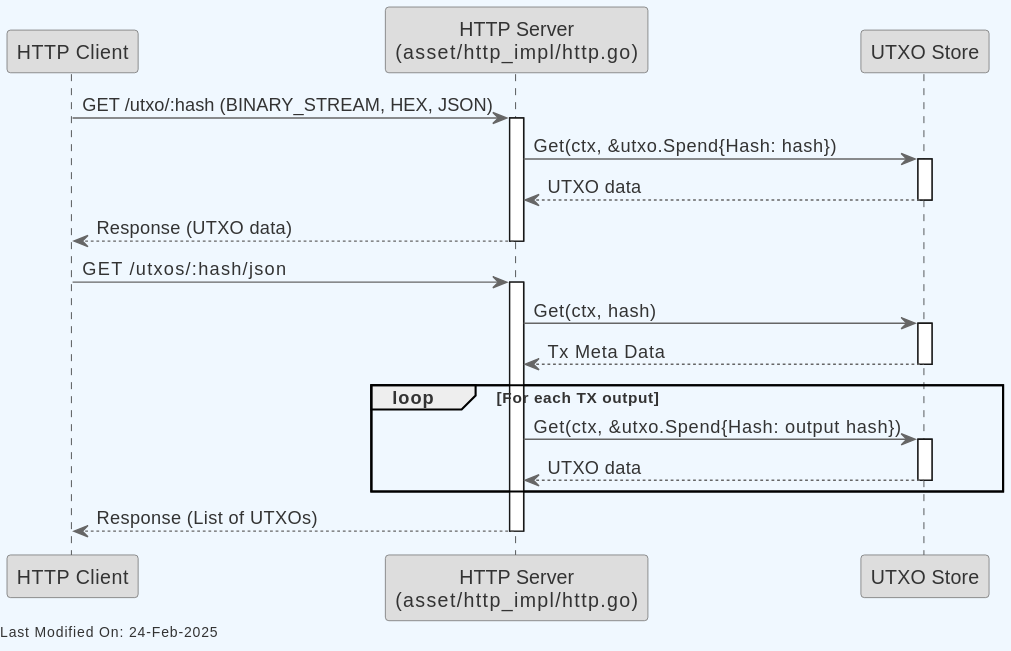
This is topics/services/img/plantuml/assetserver/asset_server_http_get_utxo.svg from icellan/teranode, a PlantUML export, as it was before one commit. Its source is kept beside it as topics/services/img/plantuml/assetserver/asset_server_http_get_utxo.puml.
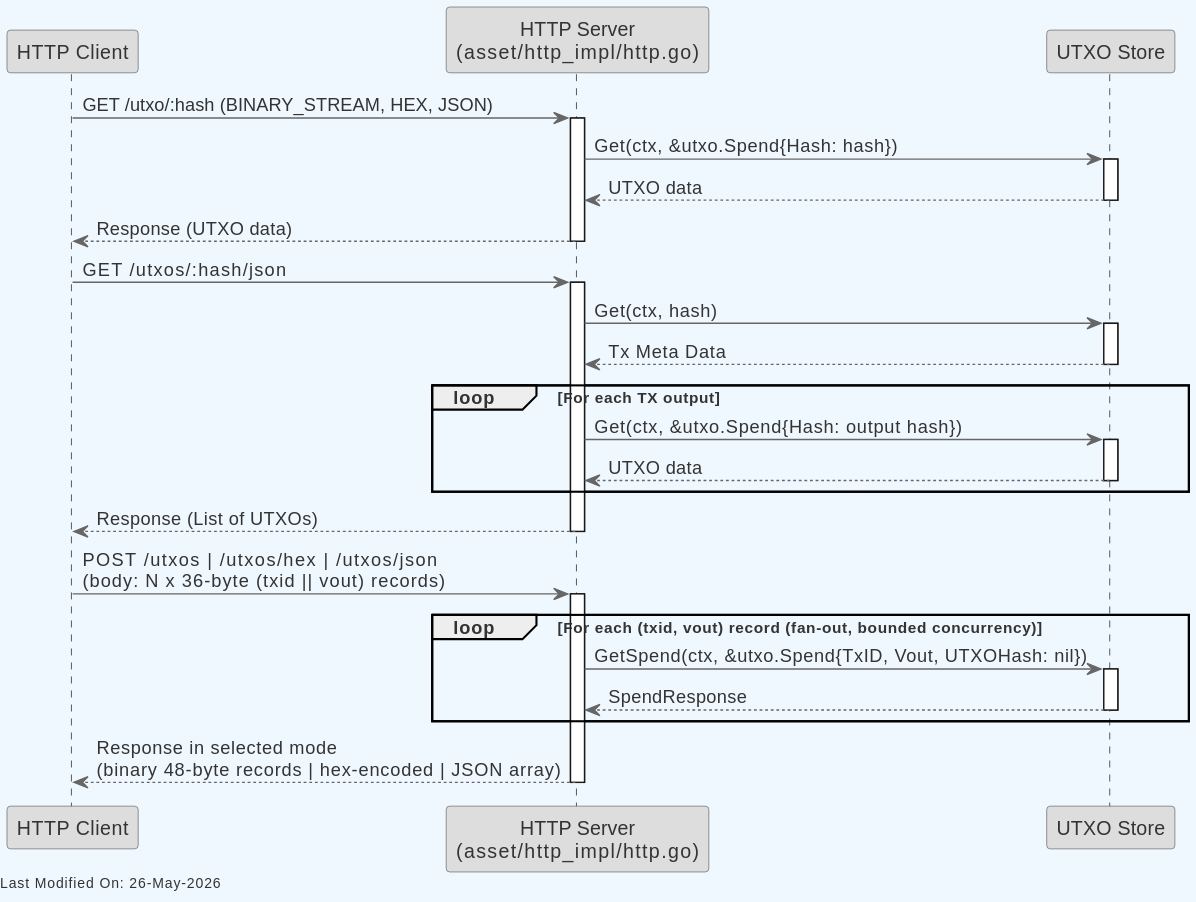
After the commit.

Diff of the diagram source:
```diff
@@ -50,6 +50,19 @@
 HTTPServer --> Client : Response (List of UTXOs)
 deactivate HTTPServer
 
+Client -> HTTPServer : POST /utxos | /utxos/hex | /utxos/json\n(body: N x 36-byte (txid || vout) records)
+activate HTTPServer
+
+loop For each (txid, vout) record (fan-out, bounded concurrency)
+    HTTPServer -> Utxo : GetSpend(ctx, &utxo.Spend{TxID, Vout, UTXOHash: nil})
+    activate Utxo
+    Utxo --> HTTPServer : SpendResponse
+    deactivate Utxo
+end
+
+HTTPServer --> Client : Response in selected mode\n(binary 48-byte records | hex-encoded | JSON array)
+deactivate HTTPServer
+
 left footer Last Modified On: %date("dd-MMM-yyyy")
 
 @enduml
```
